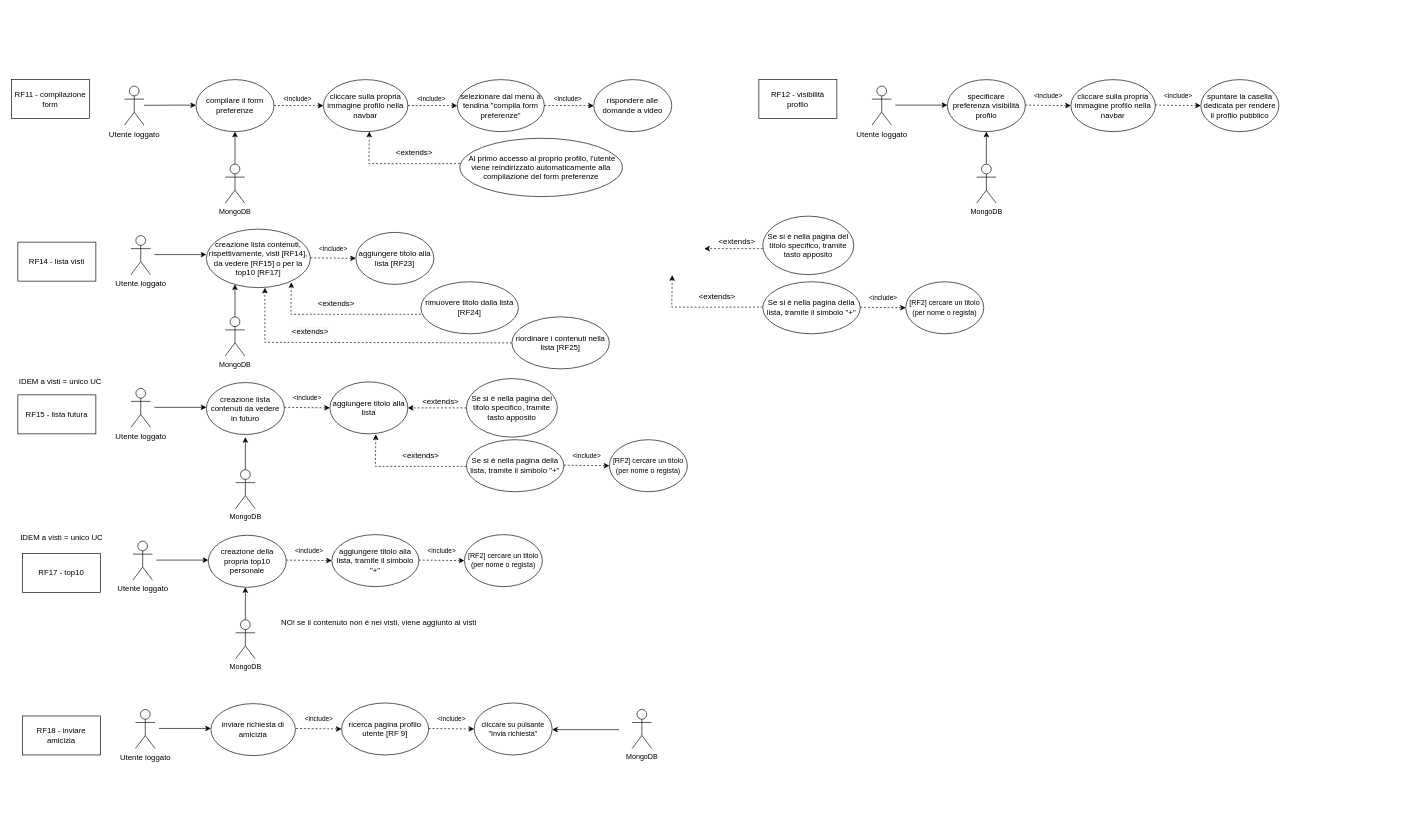
Before: UserCaseA.drawio in Organizzazione-IngSoftware/BancoLavoroD2, a draw.io diagram. Source tidied: cells renumbered, new cells numbered last; positions are measured from the earlier drawing's top-left corner, leaving out a move shared by most shapes. Both pictures are drawn from the tidied source at 65%, with x=0, y=0 at pixel (11, 79).
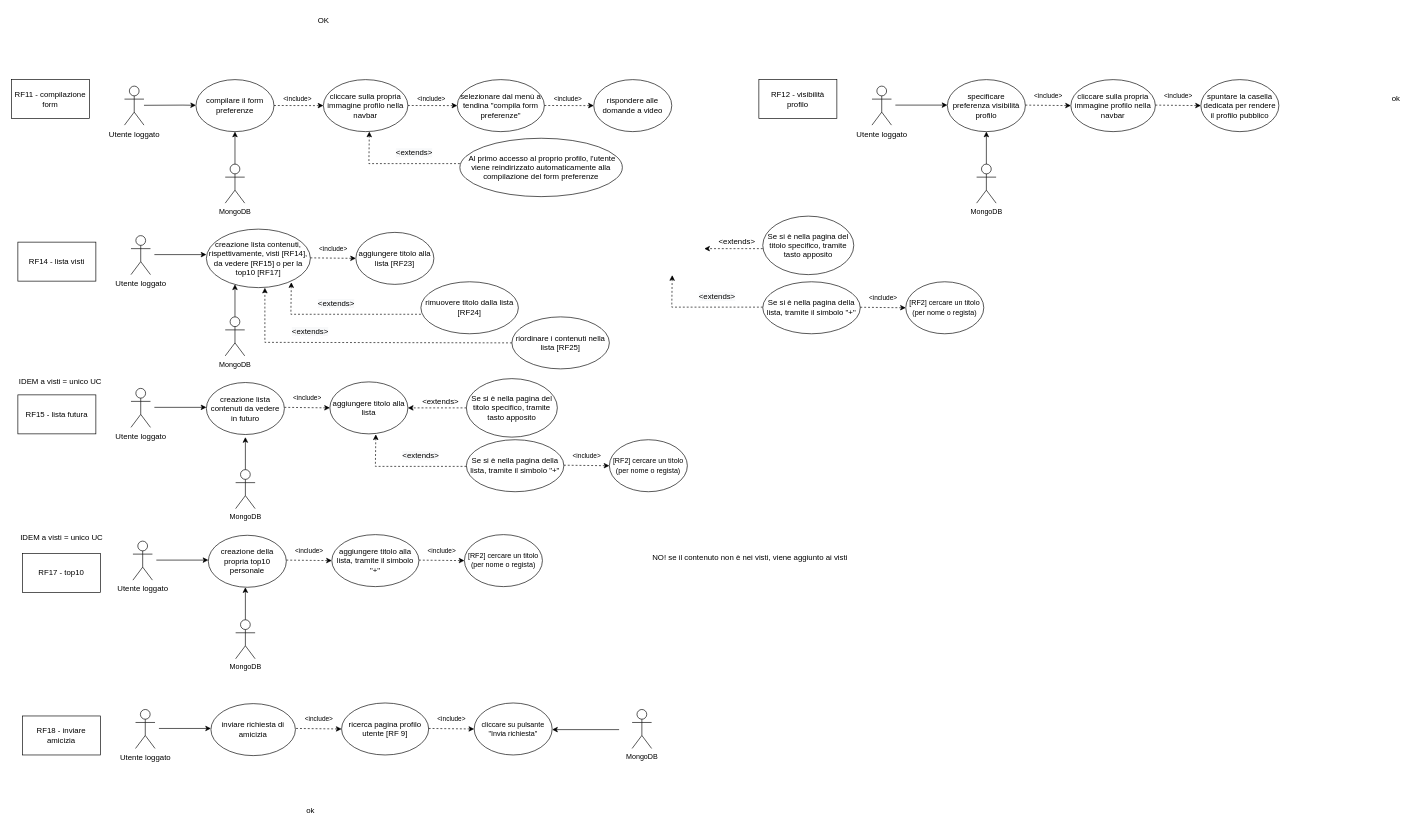
The same page after the edit.

Commit message:
Aggiornamento posizioni UserCaseA.drawio

Change to the diagram source:
```diff
@@
     <mxCell id="74" value="NO! se il contenuto non è nei visti, viene aggiunto ai visti" style="text;html=1;align=center;verticalAlign=middle;strokeColor=none;fillColor=none;" parent="1" vertex="1">
-      <mxGeometry x="405" y="820" width="320" height="30" as="geometry" />
+      <mxGeometry x="976" y="720" width="320" height="30" as="geometry" />
     </mxCell>
@@
+    <mxCell id="102" value="OK" style="text;html=1;align=center;verticalAlign=middle;strokeColor=none;fillColor=none;" parent="1" vertex="1">
+      <mxGeometry x="460" y="-105" width="40" height="30" as="geometry" />
+    </mxCell>
+    <mxCell id="103" value="ok" style="text;html=1;align=center;verticalAlign=middle;strokeColor=none;fillColor=none;" parent="1" vertex="1">
+      <mxGeometry x="440" y="1110" width="40" height="30" as="geometry" />
+    </mxCell>
+    <mxCell id="104" value="ok" style="text;html=1;align=center;verticalAlign=middle;strokeColor=none;fillColor=none;" parent="1" vertex="1">
+      <mxGeometry x="2110" y="15" width="40" height="30" as="geometry" />
+    </mxCell>
```
